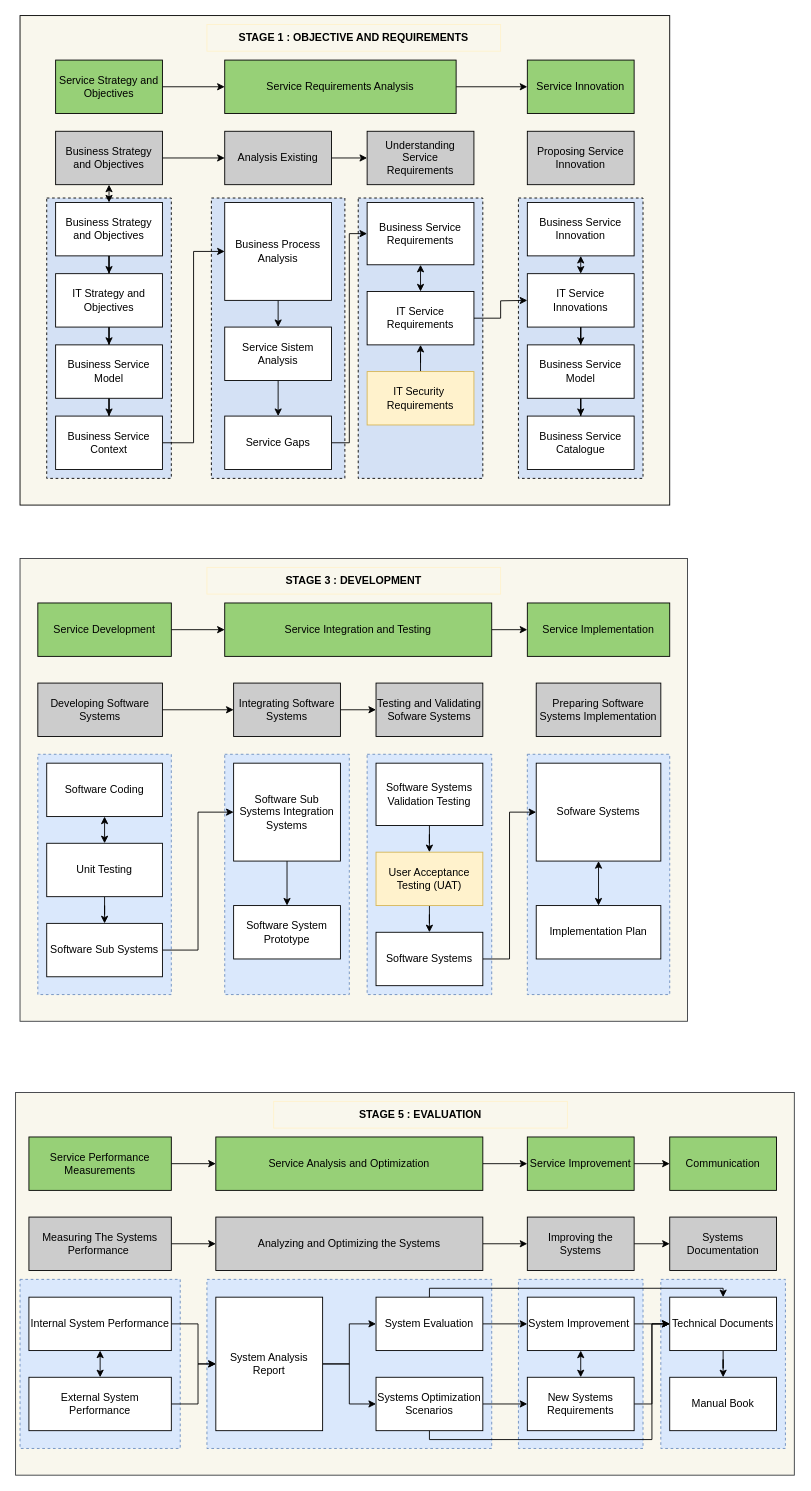
Before: page "Stage-5" (6 of 6) of Tugas Akhir Kel 4.drawio in ataupikr/plti-kelompok-4, a draw.io diagram. Source tidied: cells renumbered, new cells numbered last; positions are measured from the earlier drawing's top-left corner, leaving out a move shared by most shapes. Both pictures are drawn from the tidied source at 89%, with x=0, y=0 at pixel (15, 15).
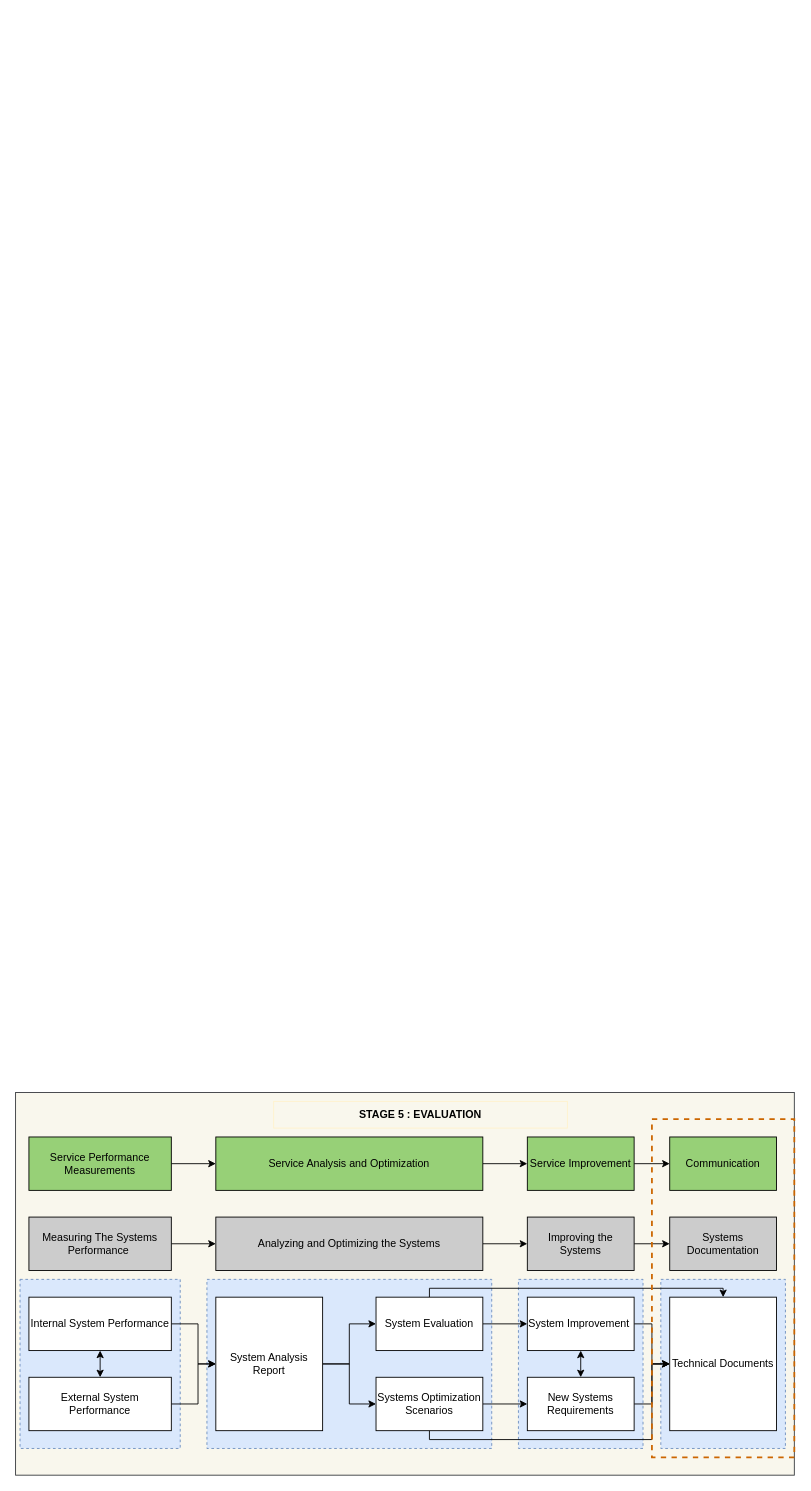
After the change.

Unchanged cells that the change refers to:
```xml
<mxCell id="117" value="Systems Optimization Scenarios" style="rounded=0;whiteSpace=wrap;html=1;" parent="1" vertex="1">
  <mxGeometry x="405" y="1530" width="120" height="60" as="geometry" />
</mxCell>
```

The edit, as a diff of the source:
```diff
@@
-    <mxCell id="7" style="rounded=0;whiteSpace=wrap;html=1;strokeColor=#36393d;fillColor=#f9f7ed;" parent="1" vertex="1">
-      <mxGeometry x="5" y="610" width="750" height="520" as="geometry" />
-    </mxCell>
-    <mxCell id="8" style="rounded=0;whiteSpace=wrap;html=1;dashed=1;fillColor=#dae8fc;strokeColor=#6c8ebf;" parent="1" vertex="1">
-      <mxGeometry x="575" y="830" width="160" height="270" as="geometry" />
-    </mxCell>
-    <mxCell id="9" style="rounded=0;whiteSpace=wrap;html=1;dashed=1;fillColor=#dae8fc;strokeColor=#6c8ebf;" parent="1" vertex="1">
-      <mxGeometry x="395" y="830" width="140" height="270" as="geometry" />
-    </mxCell>
-    <mxCell id="10" style="rounded=0;whiteSpace=wrap;html=1;dashed=1;fillColor=#dae8fc;strokeColor=#6c8ebf;" parent="1" vertex="1">
-      <mxGeometry x="235" y="830" width="140" height="270" as="geometry" />
-    </mxCell>
-    <mxCell id="11" style="rounded=0;whiteSpace=wrap;html=1;fillColor=#dae8fc;strokeColor=#6c8ebf;dashed=1;" parent="1" vertex="1">
-      <mxGeometry x="25" y="830" width="150" height="270" as="geometry" />
-    </mxCell>
-    <mxCell id="12" style="rounded=0;whiteSpace=wrap;html=1;fillColor=#f9f7ed;" parent="1" vertex="1">
-      <mxGeometry x="5" width="730" height="550" as="geometry" />
-    </mxCell>
-    <mxCell id="13" style="rounded=0;whiteSpace=wrap;html=1;fillColor=#D4E1F5;dashed=1;" parent="1" vertex="1">
-      <mxGeometry x="385" y="205" width="140" height="315" as="geometry" />
-    </mxCell>
-    <mxCell id="14" style="rounded=0;whiteSpace=wrap;html=1;fillColor=#D4E1F5;dashed=1;" parent="1" vertex="1">
-      <mxGeometry x="565" y="205" width="140" height="315" as="geometry" />
-    </mxCell>
-    <mxCell id="15" style="rounded=0;whiteSpace=wrap;html=1;fillColor=#D4E1F5;dashed=1;" parent="1" vertex="1">
-      <mxGeometry x="220" y="205" width="150" height="315" as="geometry" />
-    </mxCell>
-    <mxCell id="16" style="rounded=0;whiteSpace=wrap;html=1;fillColor=#D4E1F5;dashed=1;" parent="1" vertex="1">
-      <mxGeometry x="35" y="205" width="140" height="315" as="geometry" />
-    </mxCell>
-    <mxCell id="17" style="edgeStyle=orthogonalEdgeStyle;rounded=0;jettySize=auto;html=1;entryX=0;entryY=0.5;entryDx=0;entryDy=0;" parent="1" edge="1" source="18" target="20">
-      <mxGeometry relative="1" as="geometry" />
-    </mxCell>
-    <mxCell id="18" value="Service Strategy and Objectives" style="rounded=0;whiteSpace=wrap;html=1;fillColor=#97D077;" parent="1" vertex="1">
-      <mxGeometry x="45" y="50" width="120" height="60" as="geometry" />
-    </mxCell>
-    <mxCell id="19" style="edgeStyle=orthogonalEdgeStyle;rounded=0;jettySize=auto;html=1;entryX=0;entryY=0.5;entryDx=0;entryDy=0;" parent="1" edge="1" source="20" target="21">
-      <mxGeometry relative="1" as="geometry" />
-    </mxCell>
-    <mxCell id="20" value="Service Requirements Analysis" style="rounded=0;whiteSpace=wrap;html=1;fillColor=#97D077;" parent="1" vertex="1">
-      <mxGeometry x="235" y="50" width="260" height="60" as="geometry" />
-    </mxCell>
-    <mxCell id="21" value="Service Innovation" style="rounded=0;whiteSpace=wrap;html=1;fillColor=#97D077;" parent="1" vertex="1">
-      <mxGeometry x="575" y="50" width="120" height="60" as="geometry" />
-    </mxCell>
-    <mxCell id="22" style="edgeStyle=orthogonalEdgeStyle;rounded=0;jettySize=auto;html=1;entryX=0;entryY=0.5;entryDx=0;entryDy=0;" parent="1" edge="1" source="23" target="25">
-      <mxGeometry relative="1" as="geometry" />
-    </mxCell>
-    <mxCell id="23" value="Business Strategy and Objectives" style="rounded=0;whiteSpace=wrap;html=1;fillColor=#CCCCCC;" parent="1" vertex="1">
-      <mxGeometry x="45" y="130" width="120" height="60" as="geometry" />
-    </mxCell>
-    <mxCell id="24" style="edgeStyle=orthogonalEdgeStyle;rounded=0;jettySize=auto;html=1;entryX=0;entryY=0.5;entryDx=0;entryDy=0;" parent="1" edge="1" source="25" target="26">
-      <mxGeometry relative="1" as="geometry" />
-    </mxCell>
-    <mxCell id="25" value="Analysis Existing" style="rounded=0;whiteSpace=wrap;html=1;fillColor=#CCCCCC;" parent="1" vertex="1">
-      <mxGeometry x="235" y="130" width="120" height="60" as="geometry" />
-    </mxCell>
-    <mxCell id="26" value="Understanding Service Requirements" style="rounded=0;whiteSpace=wrap;html=1;fillColor=#CCCCCC;" parent="1" vertex="1">
-      <mxGeometry x="395" y="130" width="120" height="60" as="geometry" />
-    </mxCell>
-    <mxCell id="27" value="Proposing Service Innovation" style="rounded=0;whiteSpace=wrap;html=1;fillColor=#CCCCCC;" parent="1" vertex="1">
-      <mxGeometry x="575" y="130" width="120" height="60" as="geometry" />
-    </mxCell>
-    <mxCell id="28" style="edgeStyle=orthogonalEdgeStyle;rounded=0;jettySize=auto;html=1;" parent="1" edge="1" source="29" target="31">
-      <mxGeometry relative="1" as="geometry" />
-    </mxCell>
-    <mxCell id="29" value="Business Strategy and Objectives" style="rounded=0;whiteSpace=wrap;html=1;" parent="1" vertex="1">
-      <mxGeometry x="45" y="210" width="120" height="60" as="geometry" />
-    </mxCell>
-    <mxCell id="30" style="edgeStyle=orthogonalEdgeStyle;rounded=0;jettySize=auto;html=1;entryX=0.5;entryY=0;entryDx=0;entryDy=0;" parent="1" edge="1" source="31" target="33">
-      <mxGeometry relative="1" as="geometry" />
-    </mxCell>
-    <mxCell id="31" value="IT Strategy and Objectives" style="rounded=0;whiteSpace=wrap;html=1;" parent="1" vertex="1">
-      <mxGeometry x="45" y="290" width="120" height="60" as="geometry" />
-    </mxCell>
-    <mxCell id="32" style="edgeStyle=orthogonalEdgeStyle;rounded=0;jettySize=auto;html=1;entryX=0.5;entryY=0;entryDx=0;entryDy=0;" parent="1" edge="1" source="33" target="35">
-      <mxGeometry relative="1" as="geometry" />
-    </mxCell>
-    <mxCell id="33" value="Business Service Model" style="rounded=0;whiteSpace=wrap;html=1;" parent="1" vertex="1">
-      <mxGeometry x="45" y="370" width="120" height="60" as="geometry" />
-    </mxCell>
-    <mxCell id="34" style="edgeStyle=orthogonalEdgeStyle;rounded=0;jettySize=auto;html=1;entryX=0;entryY=0.5;entryDx=0;entryDy=0;" parent="1" edge="1" source="35" target="37">
-      <mxGeometry relative="1" as="geometry" />
-    </mxCell>
-    <mxCell id="35" value="Business Service Context" style="rounded=0;whiteSpace=wrap;html=1;" parent="1" vertex="1">
-      <mxGeometry x="45" y="450" width="120" height="60" as="geometry" />
-    </mxCell>
-    <mxCell id="36" style="edgeStyle=orthogonalEdgeStyle;rounded=0;jettySize=auto;html=1;exitX=0.5;exitY=1;exitDx=0;exitDy=0;entryX=0.5;entryY=0;entryDx=0;entryDy=0;" parent="1" edge="1" source="37" target="39">
-      <mxGeometry relative="1" as="geometry" />
-    </mxCell>
-    <mxCell id="37" value="Business Process Analysis" style="rounded=0;whiteSpace=wrap;html=1;" parent="1" vertex="1">
-      <mxGeometry x="235" y="210" width="120" height="110" as="geometry" />
-    </mxCell>
-    <mxCell id="38" style="edgeStyle=orthogonalEdgeStyle;rounded=0;jettySize=auto;html=1;entryX=0.5;entryY=0;entryDx=0;entryDy=0;" parent="1" edge="1" source="39" target="41">
-      <mxGeometry relative="1" as="geometry" />
-    </mxCell>
-    <mxCell id="39" value="Service Sistem Analysis" style="rounded=0;whiteSpace=wrap;html=1;" parent="1" vertex="1">
-      <mxGeometry x="235" y="350" width="120" height="60" as="geometry" />
-    </mxCell>
-    <mxCell id="40" style="edgeStyle=orthogonalEdgeStyle;rounded=0;jettySize=auto;html=1;entryX=0;entryY=0.5;entryDx=0;entryDy=0;" parent="1" edge="1" source="41" target="42">
-      <mxGeometry relative="1" as="geometry" />
-    </mxCell>
-    <mxCell id="41" value="Service Gaps" style="rounded=0;whiteSpace=wrap;html=1;" parent="1" vertex="1">
-      <mxGeometry x="235" y="450" width="120" height="60" as="geometry" />
-    </mxCell>
-    <mxCell id="42" value="Business Service Requirements" style="rounded=0;whiteSpace=wrap;html=1;" parent="1" vertex="1">
-      <mxGeometry x="395" y="210" width="120" height="70" as="geometry" />
-    </mxCell>
-    <mxCell id="43" style="edgeStyle=orthogonalEdgeStyle;rounded=0;jettySize=auto;html=1;" parent="1" edge="1" source="44">
-      <mxGeometry relative="1" as="geometry">
-        <mxPoint x="575" y="320" as="targetPoint" />
-      </mxGeometry>
-    </mxCell>
-    <mxCell id="44" value="IT Service Requirements" style="rounded=0;whiteSpace=wrap;html=1;" parent="1" vertex="1">
-      <mxGeometry x="395" y="310" width="120" height="60" as="geometry" />
-    </mxCell>
-    <mxCell id="45" style="edgeStyle=orthogonalEdgeStyle;rounded=0;jettySize=auto;html=1;entryX=0.5;entryY=1;entryDx=0;entryDy=0;" parent="1" edge="1" source="46" target="44">
-      <mxGeometry relative="1" as="geometry" />
-    </mxCell>
-    <mxCell id="46" value="IT Security&amp;nbsp; Requirements" style="rounded=0;whiteSpace=wrap;html=1;fillColor=#fff2cc;strokeColor=#d6b656;" parent="1" vertex="1">
-      <mxGeometry x="395" y="400" width="120" height="60" as="geometry" />
-    </mxCell>
-    <mxCell id="47" value="Business Service Innovation" style="rounded=0;whiteSpace=wrap;html=1;" parent="1" vertex="1">
-      <mxGeometry x="575" y="210" width="120" height="60" as="geometry" />
-    </mxCell>
-    <mxCell id="48" style="edgeStyle=orthogonalEdgeStyle;rounded=0;jettySize=auto;html=1;entryX=0.5;entryY=0;entryDx=0;entryDy=0;" parent="1" edge="1" source="49" target="51">
-      <mxGeometry relative="1" as="geometry" />
-    </mxCell>
-    <mxCell id="49" value="IT Service Innovations" style="rounded=0;whiteSpace=wrap;html=1;" parent="1" vertex="1">
-      <mxGeometry x="575" y="290" width="120" height="60" as="geometry" />
-    </mxCell>
-    <mxCell id="50" style="edgeStyle=orthogonalEdgeStyle;rounded=0;jettySize=auto;html=1;entryX=0.5;entryY=0;entryDx=0;entryDy=0;" parent="1" edge="1" source="51" target="52">
-      <mxGeometry relative="1" as="geometry" />
-    </mxCell>
-    <mxCell id="51" value="Business Service Model" style="rounded=0;whiteSpace=wrap;html=1;" parent="1" vertex="1">
-      <mxGeometry x="575" y="370" width="120" height="60" as="geometry" />
-    </mxCell>
-    <mxCell id="52" value="Business Service Catalogue" style="rounded=0;whiteSpace=wrap;html=1;" parent="1" vertex="1">
-      <mxGeometry x="575" y="450" width="120" height="60" as="geometry" />
-    </mxCell>
-    <mxCell id="53" style="endArrow=classic;startArrow=classic;html=1;" parent="1" edge="1" source="29">
-      <mxGeometry relative="1" as="geometry">
-        <mxPoint x="105" y="190" as="targetPoint" />
-      </mxGeometry>
-    </mxCell>
-    <mxCell id="54" style="endArrow=classic;startArrow=classic;html=1;entryX=0.5;entryY=1;entryDx=0;entryDy=0;exitX=0.5;exitY=0;exitDx=0;exitDy=0;" parent="1" edge="1" source="44" target="42">
-      <mxGeometry relative="1" as="geometry" />
-    </mxCell>
-    <mxCell id="55" style="endArrow=classic;startArrow=classic;html=1;exitX=0.5;exitY=0;exitDx=0;exitDy=0;" parent="1" edge="1" source="49">
-      <mxGeometry relative="1" as="geometry">
-        <mxPoint x="635" y="270" as="targetPoint" />
-      </mxGeometry>
-    </mxCell>
-    <mxCell id="56" value="&lt;b&gt;STAGE 1 : OBJECTIVE AND REQUIREMENTS&lt;/b&gt;" style="rounded=0;whiteSpace=wrap;html=1;fillColor=#f9f7ed;strokeColor=#FFF2CC;" parent="1" vertex="1">
-      <mxGeometry x="215" y="10" width="330" height="30" as="geometry" />
-    </mxCell>
-    <mxCell id="57" value="&lt;b&gt;STAGE 3 : DEVELOPMENT&lt;/b&gt;" style="rounded=0;whiteSpace=wrap;html=1;fillColor=#f9f7ed;strokeColor=#FFF2CC;" parent="1" vertex="1">
-      <mxGeometry x="215" y="620" width="330" height="30" as="geometry" />
-    </mxCell>
-    <mxCell id="58" style="edgeStyle=orthogonalEdgeStyle;rounded=0;jettySize=auto;html=1;entryX=0;entryY=0.5;entryDx=0;entryDy=0;" parent="1" edge="1" source="59" target="61">
-      <mxGeometry relative="1" as="geometry" />
-    </mxCell>
-    <mxCell id="59" value="Service Development" style="rounded=0;whiteSpace=wrap;html=1;fillColor=#97D077;" parent="1" vertex="1">
-      <mxGeometry x="25" y="660" width="150" height="60" as="geometry" />
-    </mxCell>
-    <mxCell id="60" style="edgeStyle=orthogonalEdgeStyle;rounded=0;jettySize=auto;html=1;" parent="1" edge="1" source="61" target="62">
-      <mxGeometry relative="1" as="geometry" />
-    </mxCell>
-    <mxCell id="61" value="Service Integration and Testing" style="rounded=0;whiteSpace=wrap;html=1;fillColor=#97D077;" parent="1" vertex="1">
-      <mxGeometry x="235" y="660" width="300" height="60" as="geometry" />
-    </mxCell>
-    <mxCell id="62" value="Service Implementation" style="rounded=0;whiteSpace=wrap;html=1;fillColor=#97D077;" parent="1" vertex="1">
-      <mxGeometry x="575" y="660" width="160" height="60" as="geometry" />
-    </mxCell>
-    <mxCell id="63" style="edgeStyle=orthogonalEdgeStyle;rounded=0;jettySize=auto;html=1;entryX=0;entryY=0.5;entryDx=0;entryDy=0;" parent="1" edge="1" source="64" target="66">
-      <mxGeometry relative="1" as="geometry" />
-    </mxCell>
-    <mxCell id="64" value="Developing Software Systems" style="rounded=0;whiteSpace=wrap;html=1;fillColor=#CCCCCC;" parent="1" vertex="1">
-      <mxGeometry x="25" y="750" width="140" height="60" as="geometry" />
-    </mxCell>
-    <mxCell id="65" style="edgeStyle=orthogonalEdgeStyle;rounded=0;jettySize=auto;html=1;entryX=0;entryY=0.5;entryDx=0;entryDy=0;" parent="1" edge="1" source="66" target="67">
-      <mxGeometry relative="1" as="geometry" />
-    </mxCell>
-    <mxCell id="66" value="Integrating Software Systems" style="rounded=0;whiteSpace=wrap;html=1;fillColor=#CCCCCC;" parent="1" vertex="1">
-      <mxGeometry x="245" y="750" width="120" height="60" as="geometry" />
-    </mxCell>
-    <mxCell id="67" value="Testing and Validating Sofware Systems" style="rounded=0;whiteSpace=wrap;html=1;fillColor=#CCCCCC;" parent="1" vertex="1">
-      <mxGeometry x="405" y="750" width="120" height="60" as="geometry" />
-    </mxCell>
-    <mxCell id="68" value="Preparing Software Systems Implementation" style="rounded=0;whiteSpace=wrap;html=1;fillColor=#CCCCCC;" parent="1" vertex="1">
-      <mxGeometry x="585" y="750" width="140" height="60" as="geometry" />
-    </mxCell>
-    <mxCell id="69" value="Software Coding" style="rounded=0;whiteSpace=wrap;html=1;" parent="1" vertex="1">
-      <mxGeometry x="35" y="840" width="130" height="60" as="geometry" />
-    </mxCell>
-    <mxCell id="70" style="edgeStyle=orthogonalEdgeStyle;rounded=0;jettySize=auto;html=1;" parent="1" edge="1" source="71" target="73">
-      <mxGeometry relative="1" as="geometry" />
-    </mxCell>
-    <mxCell id="71" value="Unit Testing" style="rounded=0;whiteSpace=wrap;html=1;" parent="1" vertex="1">
-      <mxGeometry x="35" y="930" width="130" height="60" as="geometry" />
-    </mxCell>
-    <mxCell id="72" style="edgeStyle=orthogonalEdgeStyle;rounded=0;jettySize=auto;html=1;entryX=0;entryY=0.5;entryDx=0;entryDy=0;" parent="1" edge="1" source="73" target="75">
-      <mxGeometry relative="1" as="geometry" />
-    </mxCell>
-    <mxCell id="73" value="Software Sub Systems" style="rounded=0;whiteSpace=wrap;html=1;" parent="1" vertex="1">
-      <mxGeometry x="35" y="1020" width="130" height="60" as="geometry" />
-    </mxCell>
-    <mxCell id="74" style="edgeStyle=orthogonalEdgeStyle;rounded=0;jettySize=auto;html=1;entryX=0.5;entryY=0;entryDx=0;entryDy=0;" parent="1" edge="1" source="75" target="76">
-      <mxGeometry relative="1" as="geometry" />
-    </mxCell>
-    <mxCell id="75" value="Software Sub Systems Integration Systems" style="rounded=0;whiteSpace=wrap;html=1;" parent="1" vertex="1">
-      <mxGeometry x="245" y="840" width="120" height="110" as="geometry" />
-    </mxCell>
-    <mxCell id="76" value="Software System Prototype" style="rounded=0;whiteSpace=wrap;html=1;" parent="1" vertex="1">
-      <mxGeometry x="245" y="1000" width="120" height="60" as="geometry" />
-    </mxCell>
-    <mxCell id="77" style="edgeStyle=orthogonalEdgeStyle;rounded=0;jettySize=auto;html=1;entryX=0.5;entryY=0;entryDx=0;entryDy=0;" parent="1" edge="1" source="78" target="84">
-      <mxGeometry relative="1" as="geometry" />
-    </mxCell>
-    <mxCell id="78" value="Software Systems Validation Testing" style="rounded=0;whiteSpace=wrap;html=1;" parent="1" vertex="1">
-      <mxGeometry x="405" y="840" width="120" height="70" as="geometry" />
-    </mxCell>
-    <mxCell id="79" style="edgeStyle=orthogonalEdgeStyle;rounded=0;jettySize=auto;html=1;entryX=0;entryY=0.5;entryDx=0;entryDy=0;" parent="1" edge="1" source="80" target="81">
-      <mxGeometry relative="1" as="geometry" />
-    </mxCell>
-    <mxCell id="80" value="Software Systems" style="rounded=0;whiteSpace=wrap;html=1;" parent="1" vertex="1">
-      <mxGeometry x="405" y="1030" width="120" height="60" as="geometry" />
-    </mxCell>
-    <mxCell id="81" value="Sofware Systems" style="rounded=0;whiteSpace=wrap;html=1;" parent="1" vertex="1">
-      <mxGeometry x="585" y="840" width="140" height="110" as="geometry" />
-    </mxCell>
-    <mxCell id="82" value="Implementation Plan" style="rounded=0;whiteSpace=wrap;html=1;" parent="1" vertex="1">
-      <mxGeometry x="585" y="1000" width="140" height="60" as="geometry" />
-    </mxCell>
-    <mxCell id="83" style="edgeStyle=orthogonalEdgeStyle;rounded=0;jettySize=auto;html=1;entryX=0.5;entryY=0;entryDx=0;entryDy=0;" parent="1" edge="1" source="84" target="80">
-      <mxGeometry relative="1" as="geometry" />
-    </mxCell>
-    <mxCell id="84" value="User Acceptance Testing (UAT)" style="rounded=0;whiteSpace=wrap;html=1;fillColor=#fff2cc;strokeColor=#d6b656;" parent="1" vertex="1">
-      <mxGeometry x="405" y="940" width="120" height="60" as="geometry" />
-    </mxCell>
-    <mxCell id="85" style="endArrow=classic;startArrow=classic;html=1;entryX=0.5;entryY=1;entryDx=0;entryDy=0;" parent="1" edge="1" source="71" target="69">
-      <mxGeometry relative="1" as="geometry" />
-    </mxCell>
-    <mxCell id="86" style="endArrow=classic;startArrow=classic;html=1;entryX=0.5;entryY=1;entryDx=0;entryDy=0;exitX=0.5;exitY=0;exitDx=0;exitDy=0;" parent="1" edge="1" source="82" target="81">
-      <mxGeometry relative="1" as="geometry" />
-    </mxCell>
@@
-    <mxCell id="88" style="edgeStyle=orthogonalEdgeStyle;rounded=0;jettySize=auto;html=1;entryX=0.5;entryY=0;entryDx=0;entryDy=0;" parent="1" edge="1" source="89" target="90">
-      <mxGeometry relative="1" as="geometry" />
-    </mxCell>
     <mxCell id="89" value="Technical Documents" style="rounded=0;whiteSpace=wrap;html=1;" parent="1" vertex="1">
-      <mxGeometry x="735" y="1440" width="120" height="60" as="geometry" />
+      <mxGeometry x="735" y="1440" width="120" height="150" as="geometry" />
     </mxCell>
-    <mxCell id="90" value="Manual Book" style="rounded=0;whiteSpace=wrap;html=1;" parent="1" vertex="1">
-      <mxGeometry x="735" y="1530" width="120" height="60" as="geometry" />
-    </mxCell>
@@
     <mxCell id="116" style="edgeStyle=orthogonalEdgeStyle;rounded=0;jettySize=auto;html=1;entryX=0;entryY=0.5;entryDx=0;entryDy=0;" parent="1" edge="1" source="117" target="89">
       <mxGeometry relative="1" as="geometry">
         <Array as="points">
           <mxPoint x="465" y="1600" />
           <mxPoint x="715" y="1600" />
-          <mxPoint x="715" y="1470" />
+          <mxPoint x="715" y="1515" />
         </Array>
       </mxGeometry>
     </mxCell>
@@
+    <mxCell id="124" style="rounded=0;whiteSpace=wrap;html=1;fillColor=none;dashed=1;strokeColor=#CC6600;strokeWidth=2;" parent="1" vertex="1">
+      <mxGeometry x="715" y="1240" width="160" height="380" as="geometry" />
+    </mxCell>
```
